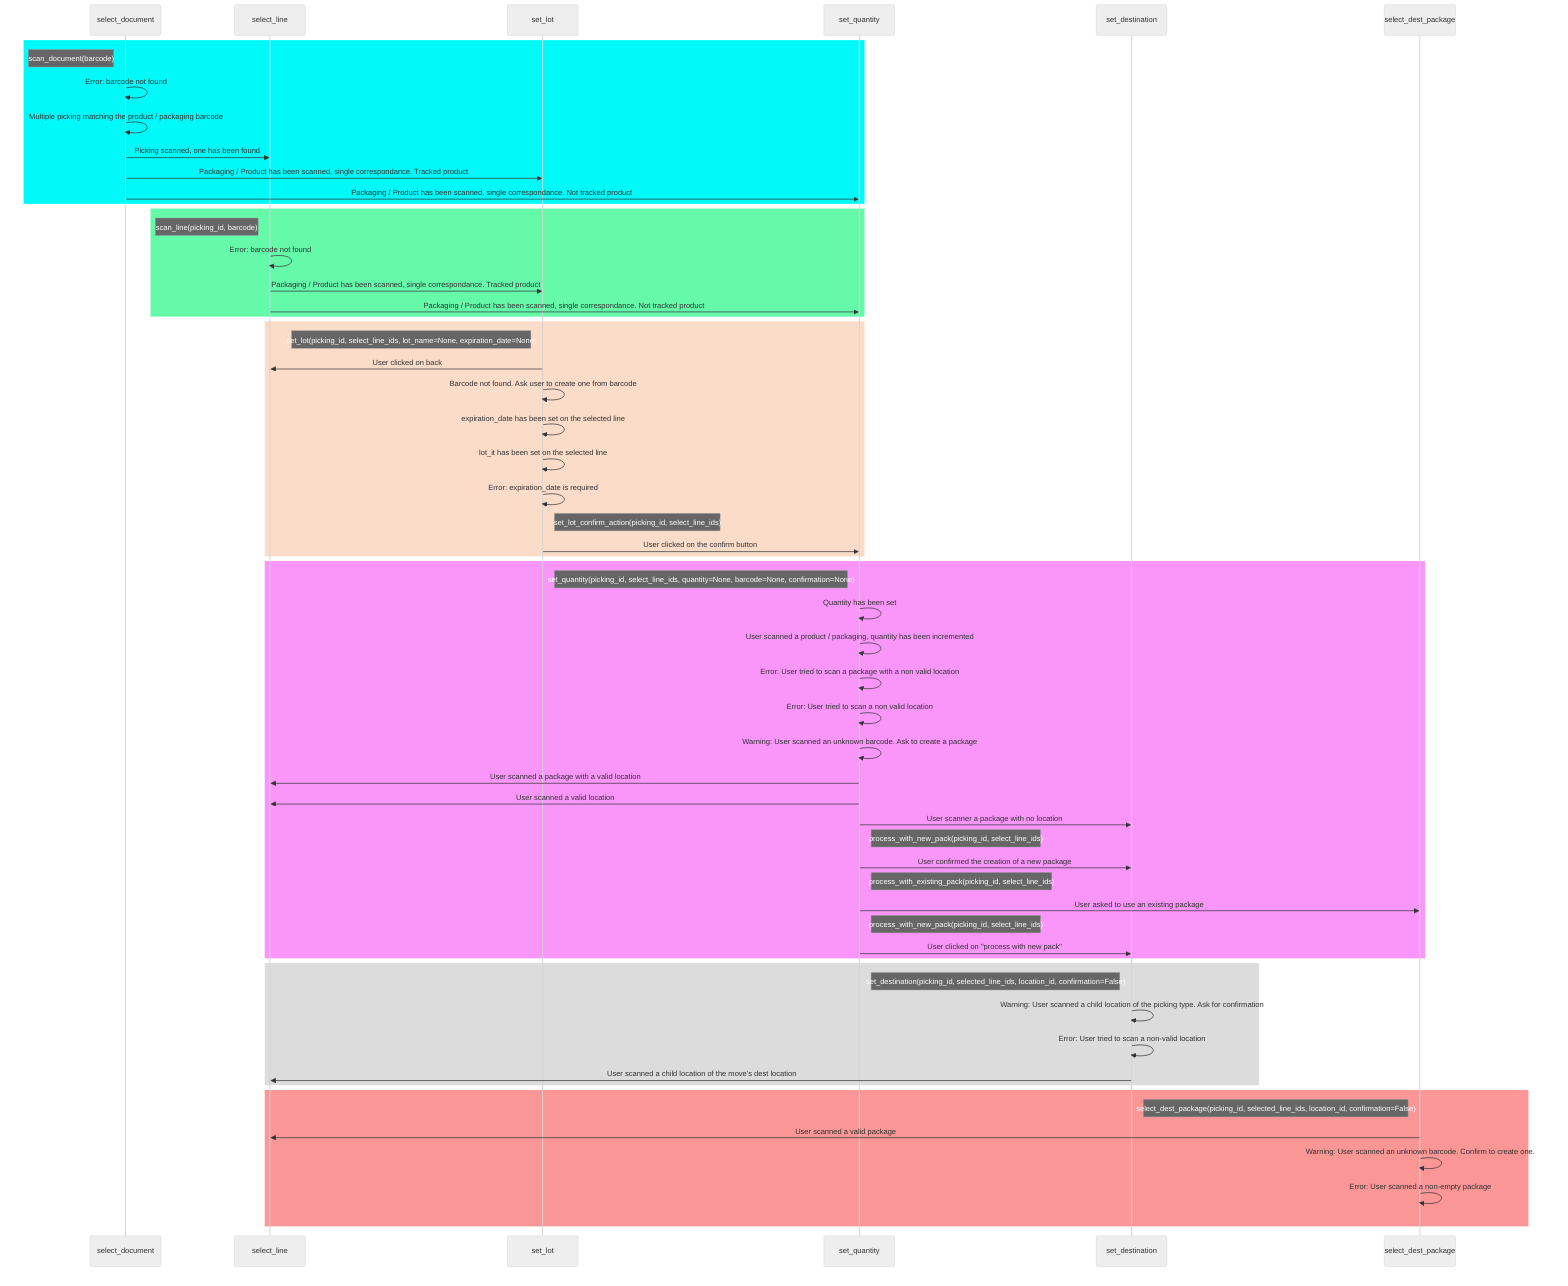
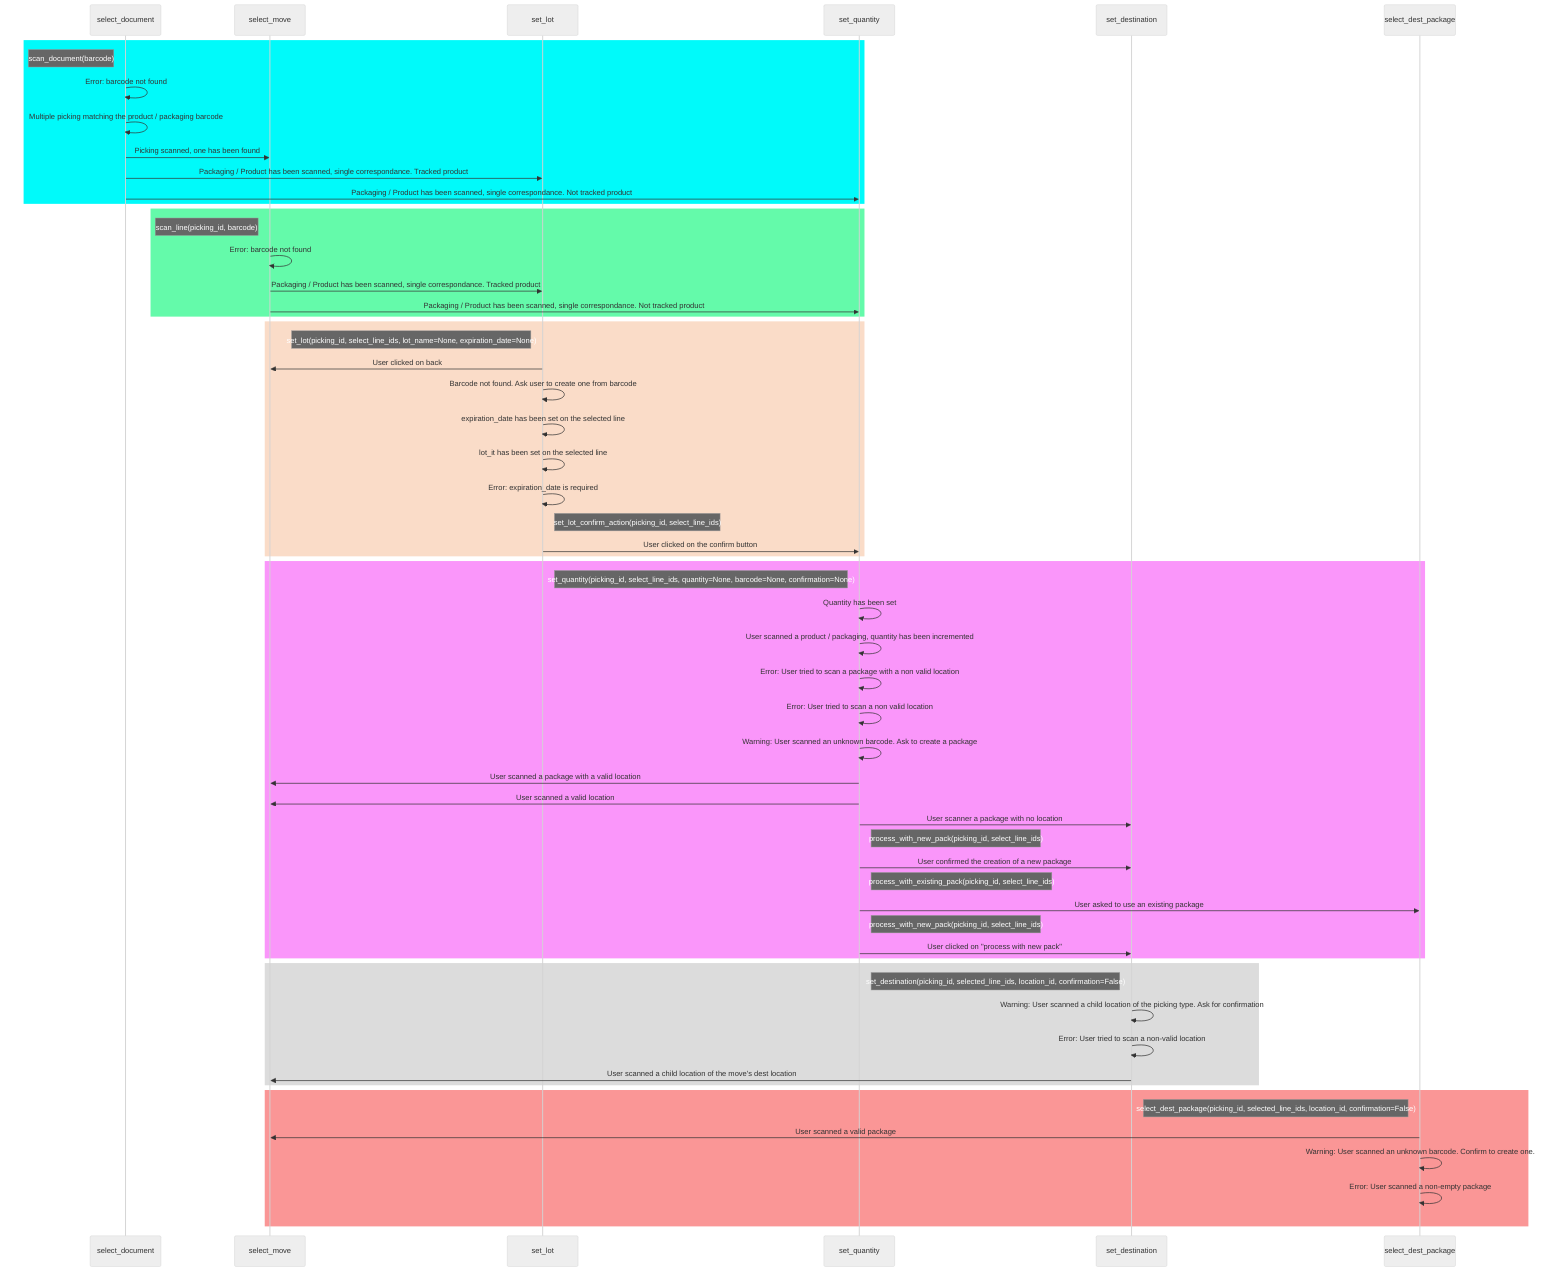
%%{init: {'theme': 'neutral' } }%%
sequenceDiagram
	participant select_document
- 	participant select_line
+ 	participant select_move
	participant set_lot
	participant set_quantity
	participant set_destination
	participant select_dest_package
    rect rgb(0, 250, 250)
    note left of select_document: scan_document(barcode)
	select_document ->> select_document: Error: barcode not found
	select_document ->> select_document: Multiple picking matching the product / packaging barcode
- 	select_document ->> select_line: Picking scanned, one has been found
+ 	select_document ->> select_move: Picking scanned, one has been found
	select_document ->> set_lot: Packaging / Product has been scanned, single correspondance. Tracked product
	select_document ->> set_quantity: Packaging / Product has been scanned, single correspondance. Not tracked product
    end
    rect rgb(100, 250, 170)
-     note left of select_line: scan_line(picking_id, barcode)
- 	select_line ->> select_line: Error: barcode not found
- 	select_line ->> set_lot: Packaging / Product has been scanned, single correspondance. Tracked product
- 	select_line ->> set_quantity: Packaging / Product has been scanned, single correspondance. Not tracked product
+     note left of select_move: scan_line(picking_id, barcode)
+ 	select_move ->> select_move: Error: barcode not found
+ 	select_move ->> set_lot: Packaging / Product has been scanned, single correspondance. Tracked product
+ 	select_move ->> set_quantity: Packaging / Product has been scanned, single correspondance. Not tracked product
    end
    rect rgb(250, 220, 200)
    note left of set_lot: set_lot(picking_id, select_line_ids, lot_name=None, expiration_date=None)
- 	set_lot ->> select_line: User clicked on back
+ 	set_lot ->> select_move: User clicked on back
	set_lot ->> set_lot: Barcode not found. Ask user to create one from barcode
	set_lot ->> set_lot: expiration_date has been set on the selected line
	set_lot ->> set_lot: lot_it has been set on the selected line
	set_lot ->> set_lot: Error: expiration_date is required
    note right of set_lot: set_lot_confirm_action(picking_id, select_line_ids)
	set_lot ->> set_quantity: User clicked on the confirm button
    end
    rect rgb(250, 150, 250)
    note left of set_quantity: set_quantity(picking_id, select_line_ids, quantity=None, barcode=None, confirmation=None)
	set_quantity ->> set_quantity: Quantity has been set
	set_quantity ->> set_quantity: User scanned a product / packaging, quantity has been incremented
	set_quantity ->> set_quantity: Error: User tried to scan a package with a non valid location
	set_quantity ->> set_quantity: Error: User tried to scan a non valid location
	set_quantity ->> set_quantity: Warning: User scanned an unknown barcode. Ask to create a package
- 	set_quantity ->> select_line: User scanned a package with a valid location
- 	set_quantity ->> select_line: User scanned a valid location
+ 	set_quantity ->> select_move: User scanned a package with a valid location
+ 	set_quantity ->> select_move: User scanned a valid location
	set_quantity ->> set_destination: User scanner a package with no location
    note right of set_quantity: process_with_new_pack(picking_id, select_line_ids)
	set_quantity ->> set_destination: User confirmed the creation of a new package
    note right of set_quantity: process_with_existing_pack(picking_id, select_line_ids)
	set_quantity ->> select_dest_package: User asked to use an existing package
    note right of set_quantity: process_with_new_pack(picking_id, select_line_ids)
    set_quantity ->> set_destination: User clicked on "process with new pack"
    end
    rect rgb(220, 220, 220)
    note left of set_destination: set_destination(picking_id, selected_line_ids, location_id, confirmation=False)
	set_destination ->> set_destination: Warning: User scanned a child location of the picking type. Ask for confirmation
	set_destination ->> set_destination: Error: User tried to scan a non-valid location
- 	set_destination ->> select_line: User scanned a child location of the move's dest location
+ 	set_destination ->> select_move: User scanned a child location of the move's dest location
    end
    rect rgb(250, 150, 150)
    note left of select_dest_package: select_dest_package(picking_id, selected_line_ids, location_id, confirmation=False)
- 	select_dest_package ->> select_line: User scanned a valid package
+ 	select_dest_package ->> select_move: User scanned a valid package
	select_dest_package ->> select_dest_package: Warning: User scanned an unknown barcode. Confirm to create one.
	select_dest_package ->> select_dest_package: Error: User scanned a non-empty package
    end
